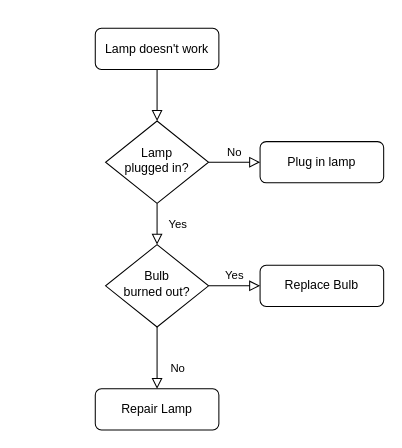
The draw.io diagram data_pipeline.drawio in EricTsai83/drawio, before the edit. Source tidied: cells renumbered, new cells numbered last; positions are measured from the earlier drawing's top-left corner, leaving out a move shared by most shapes. Both pictures are drawn from the tidied source at 103%, with x=0, y=0 at pixel (95, 28).
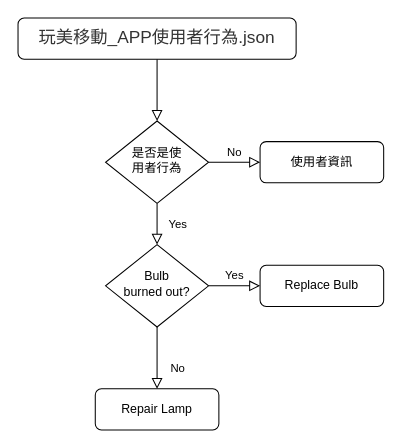
The same page after the edit.

Diff of the diagram source:
```diff
@@
 <mxGraphModel>
   <root>
     <mxCell id="0" />
     <mxCell id="1" parent="0" />
     <mxCell id="2" style="rounded=0;html=1;jettySize=auto;fontSize=11;endArrow=block;endFill=0;endSize=8;strokeWidth=1;shadow=0;labelBackgroundColor=none;edgeStyle=orthogonalEdgeStyle;" parent="1" edge="1" source="3" target="6">
       <mxGeometry relative="1" as="geometry" />
     </mxCell>
-    <mxCell id="3" value="Lamp doesn't work" style="rounded=1;whiteSpace=wrap;html=1;fontSize=12;glass=0;strokeWidth=1;shadow=0;" parent="1" vertex="1">
-      <mxGeometry width="120" height="40" as="geometry" />
+    <mxCell id="3" value="&lt;span style=&quot;color: rgb(51 , 51 , 51) ; font-family: &amp;#34;arial&amp;#34; , , sans-serif ; font-size: 16.8px ; text-align: left ; background-color: rgb(255 , 255 , 255)&quot;&gt;玩美移動_APP使用者行為.json&lt;/span&gt;" style="rounded=1;whiteSpace=wrap;html=1;fontSize=12;glass=0;strokeWidth=1;shadow=0;" parent="1" vertex="1">
+      <mxGeometry x="-75" y="-10" width="270" height="40" as="geometry" />
     </mxCell>
     <mxCell id="4" value="Yes" style="rounded=0;html=1;jettySize=auto;fontSize=11;endArrow=block;endFill=0;endSize=8;strokeWidth=1;shadow=0;labelBackgroundColor=none;edgeStyle=orthogonalEdgeStyle;" parent="1" edge="1" source="6" target="10">
       <mxGeometry y="20" relative="1" as="geometry" />
     </mxCell>
     <mxCell id="5" value="No" style="edgeStyle=orthogonalEdgeStyle;rounded=0;html=1;jettySize=auto;fontSize=11;endArrow=block;endFill=0;endSize=8;strokeWidth=1;shadow=0;labelBackgroundColor=none;" parent="1" edge="1" source="6" target="7">
       <mxGeometry y="10" relative="1" as="geometry" />
     </mxCell>
-    <mxCell id="6" value="Lamp&lt;br&gt;plugged in?" style="rhombus;whiteSpace=wrap;html=1;shadow=0;fontFamily=Helvetica;fontSize=12;align=center;strokeWidth=1;spacing=6;spacingTop=-4;" parent="1" vertex="1">
+    <mxCell id="6" value="是否是使&lt;br&gt;用者行為" style="rhombus;whiteSpace=wrap;html=1;shadow=0;fontFamily=Helvetica;fontSize=12;align=center;strokeWidth=1;spacing=6;spacingTop=-4;" parent="1" vertex="1">
       <mxGeometry x="10" y="90" width="100" height="80" as="geometry" />
     </mxCell>
-    <mxCell id="7" value="Plug in lamp" style="rounded=1;whiteSpace=wrap;html=1;fontSize=12;glass=0;strokeWidth=1;shadow=0;" parent="1" vertex="1">
+    <mxCell id="7" value="使用者資訊" style="rounded=1;whiteSpace=wrap;html=1;fontSize=12;glass=0;strokeWidth=1;shadow=0;" parent="1" vertex="1">
       <mxGeometry x="160" y="110" width="120" height="40" as="geometry" />
     </mxCell>
     <mxCell id="8" value="No" style="rounded=0;html=1;jettySize=auto;fontSize=11;endArrow=block;endFill=0;endSize=8;strokeWidth=1;shadow=0;labelBackgroundColor=none;edgeStyle=orthogonalEdgeStyle;" parent="1" edge="1" source="10" target="11">
       <mxGeometry x="0.33" y="20" relative="1" as="geometry" />
     </mxCell>
     <mxCell id="9" value="Yes" style="edgeStyle=orthogonalEdgeStyle;rounded=0;html=1;jettySize=auto;fontSize=11;endArrow=block;endFill=0;endSize=8;strokeWidth=1;shadow=0;labelBackgroundColor=none;" parent="1" edge="1" source="10" target="12">
       <mxGeometry y="10" relative="1" as="geometry" />
     </mxCell>
     <mxCell id="10" value="Bulb&lt;br&gt;burned out?" style="rhombus;whiteSpace=wrap;html=1;shadow=0;fontFamily=Helvetica;fontSize=12;align=center;strokeWidth=1;spacing=6;spacingTop=-4;" parent="1" vertex="1">
       <mxGeometry x="10" y="210" width="100" height="80" as="geometry" />
     </mxCell>
     <mxCell id="11" value="Repair Lamp" style="rounded=1;whiteSpace=wrap;html=1;fontSize=12;glass=0;strokeWidth=1;shadow=0;" parent="1" vertex="1">
       <mxGeometry y="350" width="120" height="40" as="geometry" />
     </mxCell>
     <mxCell id="12" value="Replace Bulb" style="rounded=1;whiteSpace=wrap;html=1;fontSize=12;glass=0;strokeWidth=1;shadow=0;" parent="1" vertex="1">
       <mxGeometry x="160" y="230" width="120" height="40" as="geometry" />
     </mxCell>
   </root>
 </mxGraphModel>
```
